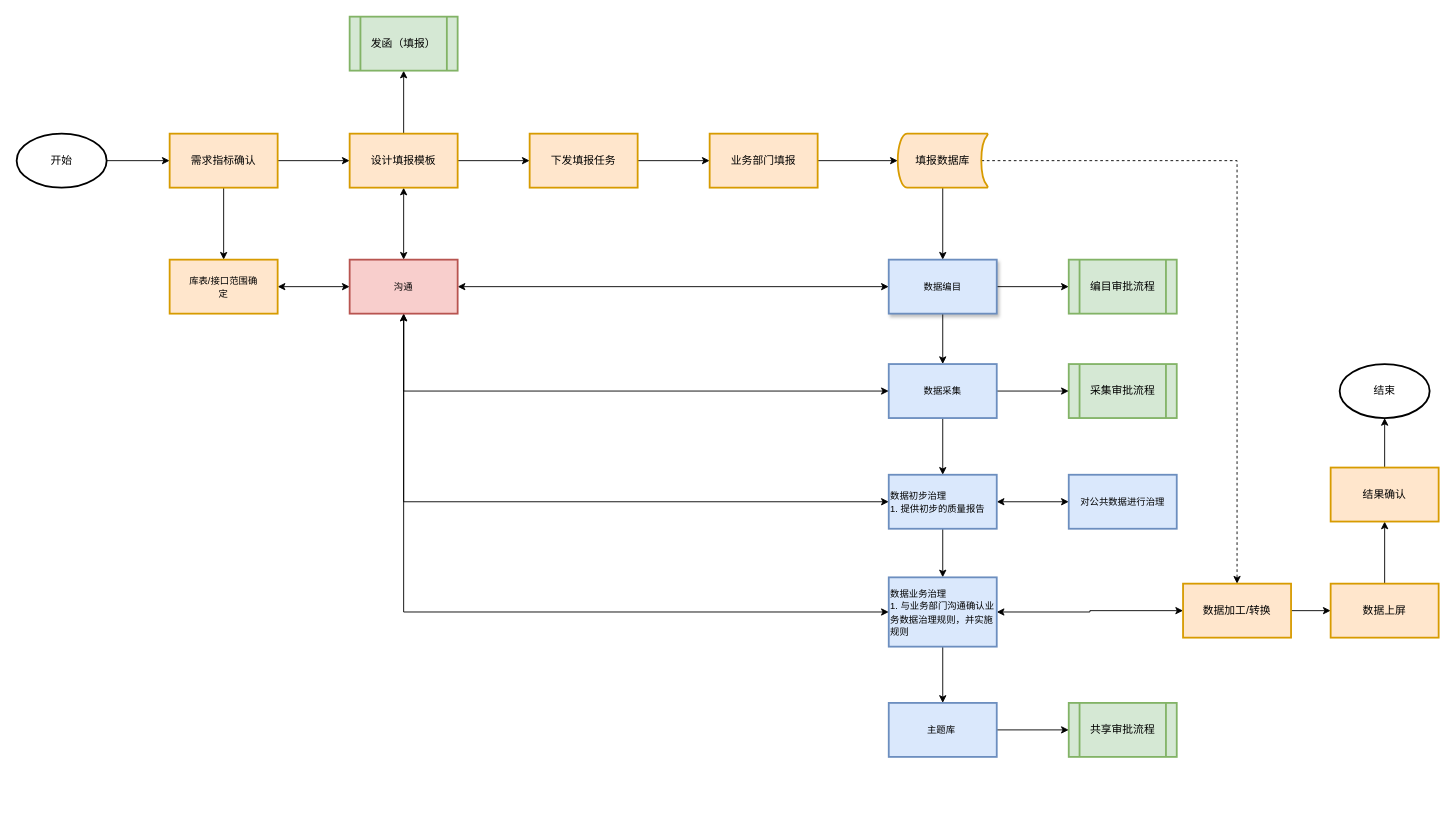
Before: uml/未命名绘图.drawio in CIKE-peaked/mylib, a draw.io diagram. Source tidied: cells renumbered, new cells numbered last; positions are measured from the earlier drawing's top-left corner, leaving out a move shared by most shapes. Both pictures are drawn from the tidied source at 90%, with x=0, y=0 at pixel (16, 16).
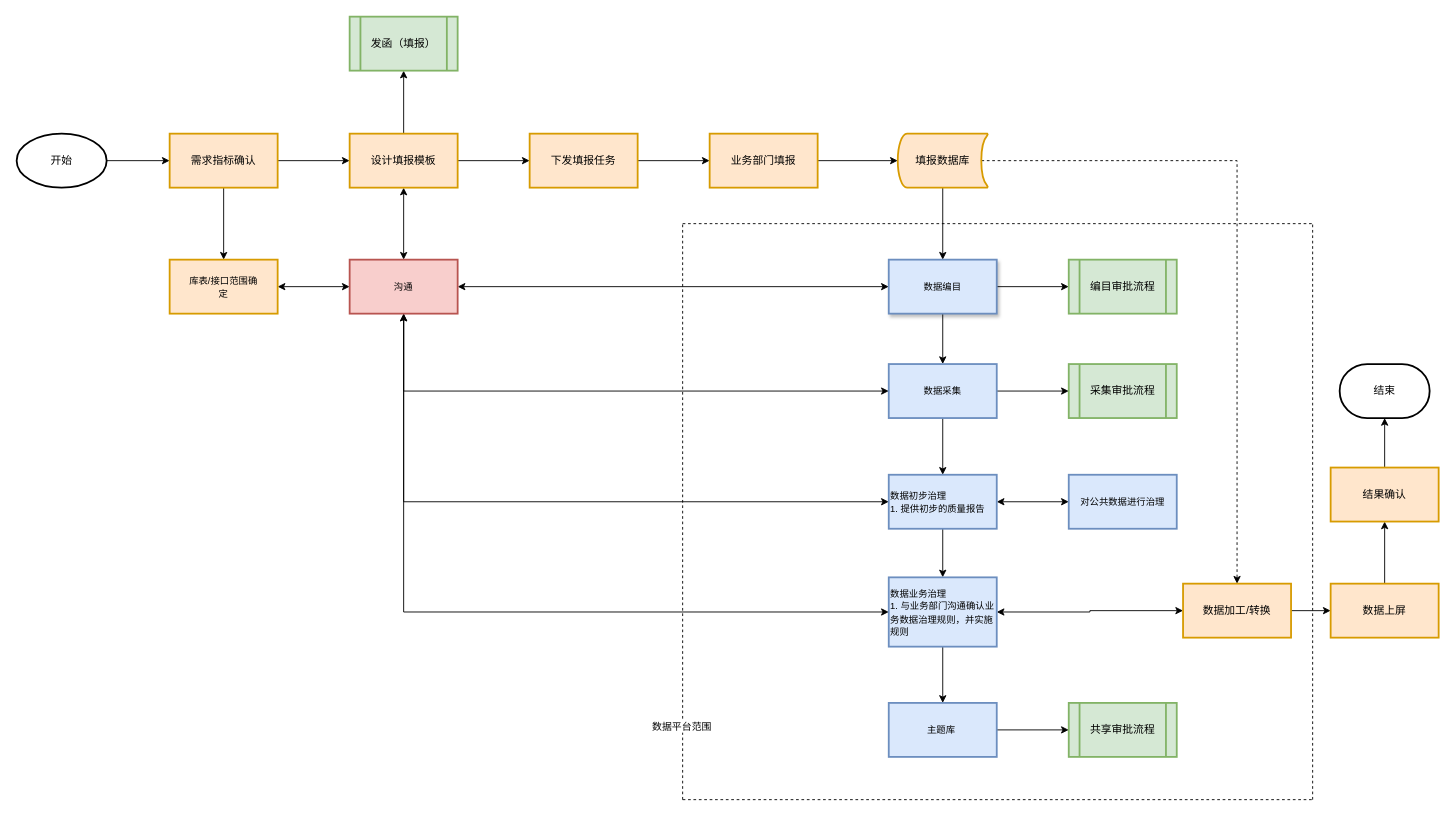
Above is the later version.

Commit message (it also covers changes not shown here):
更新未命名绘图.drawio

Diff of the diagram source:
```diff
@@
+    <mxCell id="51" style="endArrow=none;dashed=1;html=1;rounded=0;" parent="1" edge="1">
+      <mxGeometry relative="1" as="geometry">
+        <mxPoint x="740" y="230" as="sourcePoint" />
+        <mxPoint x="1440" y="230" as="targetPoint" />
+      </mxGeometry>
+    </mxCell>
+    <mxCell id="52" style="endArrow=none;dashed=1;html=1;rounded=0;" parent="1" edge="1">
+      <mxGeometry relative="1" as="geometry">
+        <mxPoint x="740" y="870" as="sourcePoint" />
+        <mxPoint x="740" y="230" as="targetPoint" />
+      </mxGeometry>
+    </mxCell>
+    <mxCell id="53" value="数据平台范围" style="edgeLabel;html=1;align=center;verticalAlign=middle;" parent="52" vertex="1">
+      <mxGeometry x="-0.74" y="2" relative="1" as="geometry">
+        <mxPoint y="1" as="offset" />
+      </mxGeometry>
+    </mxCell>
+    <mxCell id="54" style="endArrow=none;dashed=1;html=1;rounded=0;" parent="1" edge="1">
+      <mxGeometry relative="1" as="geometry">
+        <mxPoint x="740" y="870" as="sourcePoint" />
+        <mxPoint x="1440" y="870" as="targetPoint" />
+      </mxGeometry>
+    </mxCell>
+    <mxCell id="55" style="endArrow=none;dashed=1;html=1;rounded=0;" parent="1" edge="1">
+      <mxGeometry relative="1" as="geometry">
+        <mxPoint x="1440" y="870" as="sourcePoint" />
+        <mxPoint x="1440" y="230" as="targetPoint" />
+      </mxGeometry>
+    </mxCell>
-    <mxCell id="50" value="结束" style="strokeWidth=2;html=1;shape=mxgraph.flowchart.start_1;whiteSpace=wrap;" parent="1" vertex="1">
+    <mxCell id="50" value="结束" style="strokeWidth=2;html=1;shape=mxgraph.flowchart.terminator;whiteSpace=wrap;" parent="1" vertex="1">
       <mxGeometry x="1470" y="386" width="100" height="60" as="geometry" />
     </mxCell>
```
